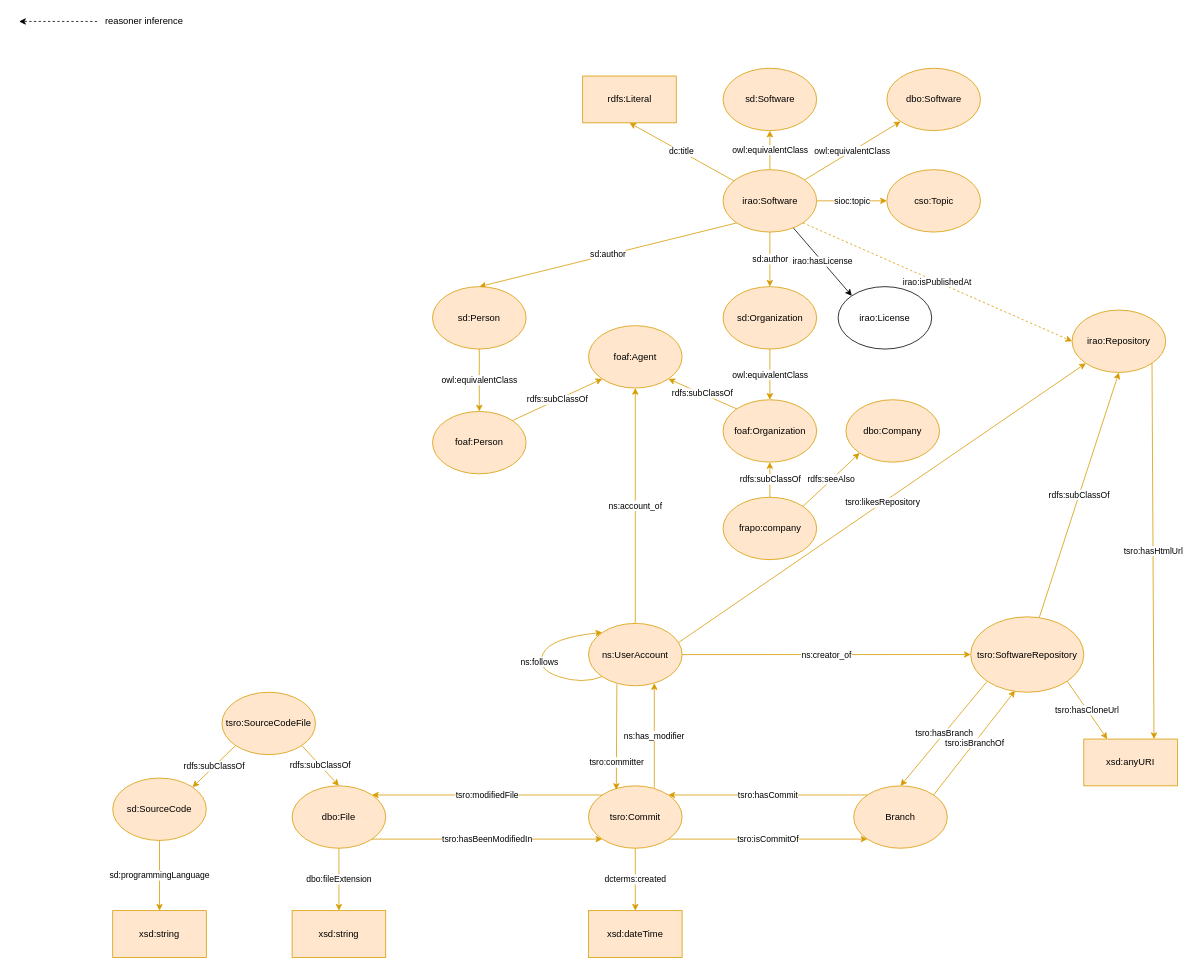
Earlier version of the draw.io diagram ontologies/The Software Repository Ontology.drawio (sabato-nocera/tsro). Source tidied: cells renumbered, new cells numbered last; positions are measured from the earlier drawing's top-left corner, leaving out a move shared by most shapes. Both pictures are drawn from the tidied source at 78%, with x=0, y=0 at pixel (19, 13).
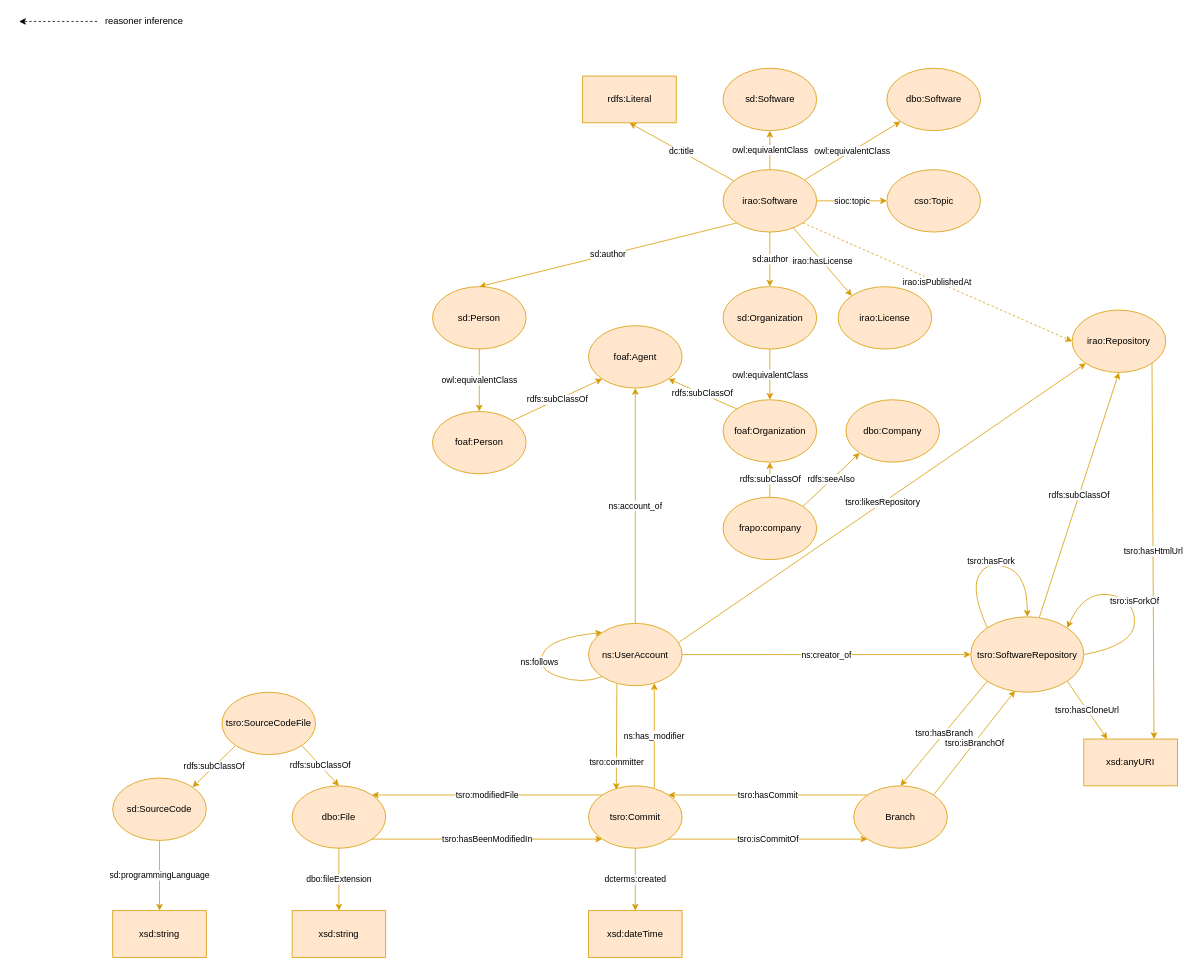
The same diagram, later.

Commit message (it also covers changes not shown here):
Aggiunta individui per fork

The change refers to these unchanged cells:
```xml
<mxCell id="18" value="tsro:SoftwareRepository" style="ellipse;whiteSpace=wrap;html=1;fillColor=#ffe6cc;strokeColor=#d79b00;" parent="1" vertex="1">
  <mxGeometry x="1220" y="773.3" width="145" height="96.7" as="geometry" />
</mxCell>
<mxCell id="33" value="irao:Software" style="ellipse;whiteSpace=wrap;html=1;fillColor=#ffe6cc;strokeColor=#d79b00;" parent="1" vertex="1">
  <mxGeometry x="902.5" y="200" width="120" height="80" as="geometry" />
</mxCell>
```

What changed in the source:
```diff
@@
-    <mxCell id="32" value="irao:hasLicense" style="edgeStyle=none;rounded=0;jettySize=auto;html=1;entryX=0;entryY=0;entryDx=0;entryDy=0;" parent="1" edge="1" source="33" target="57">
+    <mxCell id="32" value="irao:hasLicense" style="edgeStyle=none;rounded=0;jettySize=auto;html=1;entryX=0;entryY=0;entryDx=0;entryDy=0;fillColor=#ffe6cc;strokeColor=#d79b00;" parent="1" edge="1" source="33" target="57">
       <mxGeometry relative="1" as="geometry" />
     </mxCell>
@@
-    <mxCell id="57" value="irao:License" style="ellipse;whiteSpace=wrap;html=1;" parent="1" vertex="1">
+    <mxCell id="57" value="irao:License" style="ellipse;whiteSpace=wrap;html=1;fillColor=#ffe6cc;strokeColor=#d79b00;" parent="1" vertex="1">
       <mxGeometry x="1050" y="350" width="120" height="80" as="geometry" />
     </mxCell>
@@
+    <mxCell id="63" value="tsro:hasFork" style="edgeStyle=none;orthogonalLoop=1;jettySize=auto;html=1;exitX=0;exitY=0;exitDx=0;exitDy=0;entryX=0.5;entryY=0;entryDx=0;entryDy=0;curved=1;fillColor=#ffe6cc;strokeColor=#d79b00;" parent="1" edge="1" source="18" target="18">
+      <mxGeometry relative="1" as="geometry">
+        <Array as="points">
+          <mxPoint x="1220" y="740" />
+          <mxPoint x="1241" y="700" />
+          <mxPoint x="1293" y="720" />
+        </Array>
+      </mxGeometry>
+    </mxCell>
+    <mxCell id="64" value="tsro:isForkOf" style="edgeStyle=none;orthogonalLoop=1;jettySize=auto;html=1;exitX=1;exitY=0.5;exitDx=0;exitDy=0;entryX=1;entryY=0;entryDx=0;entryDy=0;curved=1;fillColor=#ffe6cc;strokeColor=#d79b00;" parent="1" edge="1" source="18" target="18">
+      <mxGeometry relative="1" as="geometry">
+        <Array as="points">
+          <mxPoint x="1430" y="810" />
+          <mxPoint x="1430" y="750" />
+          <mxPoint x="1365" y="740" />
+        </Array>
+      </mxGeometry>
+    </mxCell>
```
